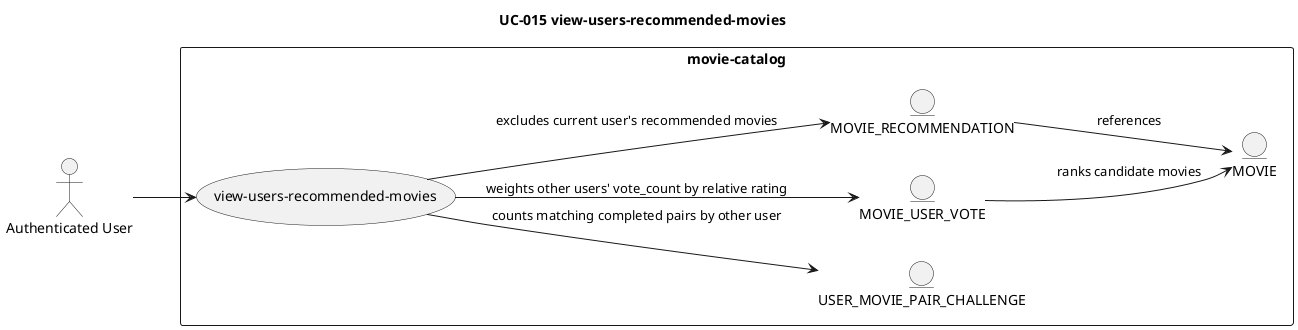
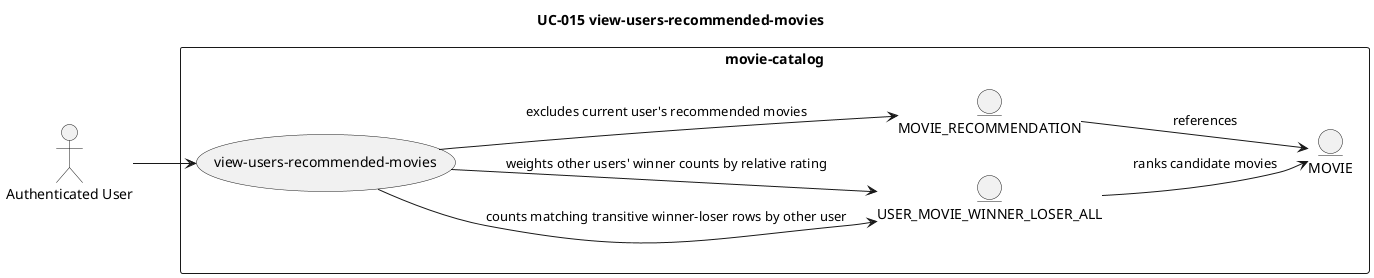
@startuml
title UC-015 view-users-recommended-movies
left to right direction

actor "Authenticated User" as user
rectangle "movie-catalog" {
    usecase "view-users-recommended-movies" as UC
-     entity "USER_MOVIE_PAIR_CHALLENGE" as pairChallenge
-     entity "MOVIE_USER_VOTE" as vote
+     entity "USER_MOVIE_WINNER_LOSER_ALL" as closureResult
    entity "MOVIE_RECOMMENDATION" as recommendation
    entity "MOVIE" as movie
}

user --> UC
- UC --> pairChallenge : counts matching completed pairs by other user
- UC --> vote : weights other users' vote_count by relative rating
+ UC --> closureResult : counts matching transitive winner-loser rows by other user
+ UC --> closureResult : weights other users' winner counts by relative rating
UC --> recommendation : excludes current user's recommended movies
- vote --> movie : ranks candidate movies
+ closureResult --> movie : ranks candidate movies
recommendation --> movie : references
@enduml
